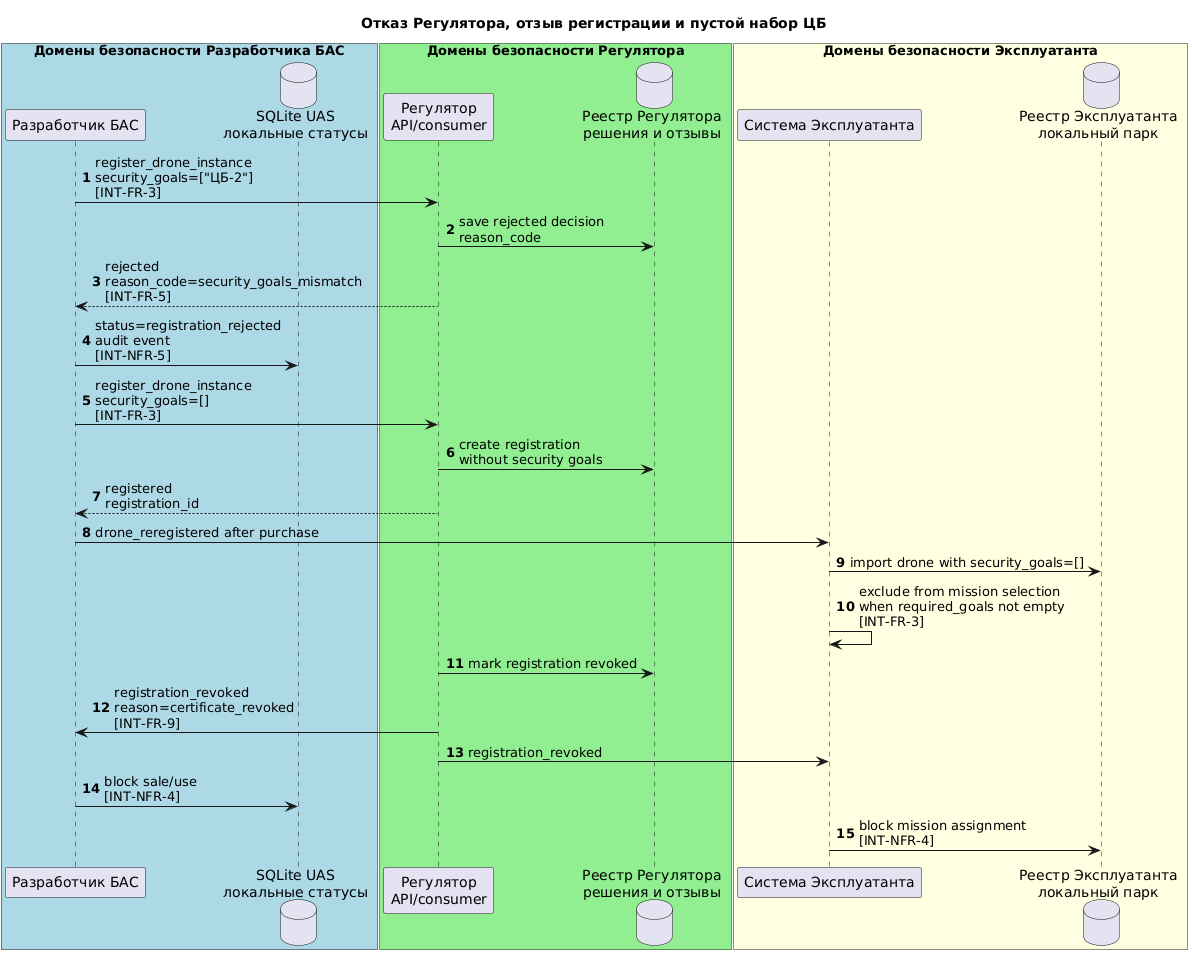
Above: systems/uas_dev_company/docs/diagrams/integration_rejection_revocation_goals.png in sergeysobolev-spbu/sbd-drones-economics (PlantUML), before the change.
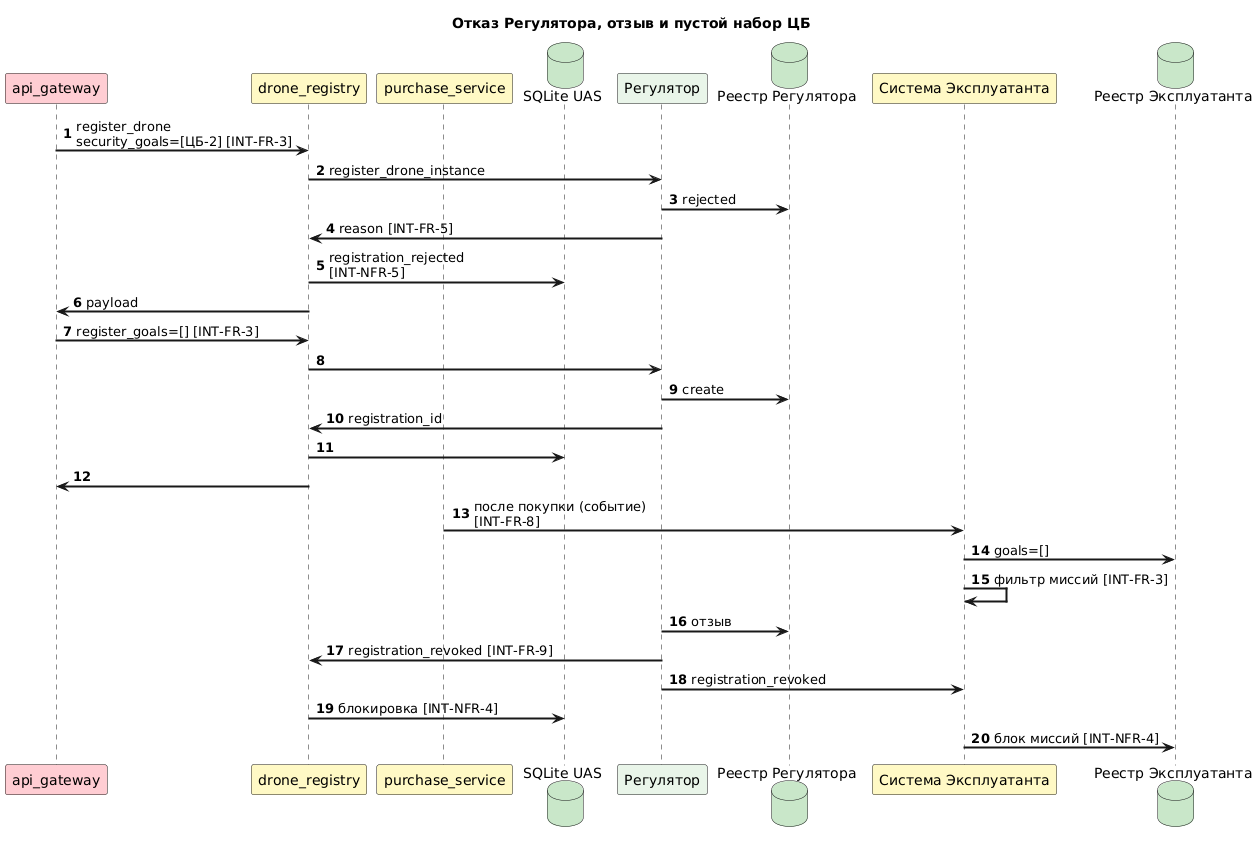
After the change.

What changed in the source:
```diff
@@ -1,37 +1,39 @@
 @startuml integration_rejection_revocation_goals
-title Отказ Регулятора, отзыв регистрации и пустой набор ЦБ
+title Отказ Регулятора, отзыв и пустой набор ЦБ
+
+skinparam ArrowThickness 2
 
 autonumber
-box "Домены безопасности Разработчика БАС" #LightBlue
-    participant "Разработчик БАС" as UAS
-    database "SQLite UAS\nлокальные статусы" as UASDB
-end box
+participant "api_gateway" as GW #FFCDD2
+participant "drone_registry" as DR #FFF9C4
+participant "purchase_service" as PS #FFF9C4
+database "SQLite UAS" as UASDB #C8E6C9
+participant "Регулятор" as REG #E8F5E9
+database "Реестр Регулятора" as REGDB #C8E6C9
+participant "Система Эксплуатанта" as OPS #FFF9C4
+database "Реестр Эксплуатанта" as ODB #C8E6C9
 
-box "Домены безопасности Регулятора" #LightGreen
-    participant "Регулятор\nAPI/consumer" as REG
-    database "Реестр Регулятора\nрешения и отзывы" as REGDB
-end box
+GW -> DR : register_drone\nsecurity_goals=[ЦБ-2] [INT-FR-3]
+DR -> REG : register_drone_instance
+REG -> REGDB : rejected
+REG -> DR : reason [INT-FR-5]
+DR -> UASDB : registration_rejected\n[INT-NFR-5]
+DR -> GW : payload
 
-box "Домены безопасности Эксплуатанта" #LightYellow
-    participant "Система Эксплуатанта" as OPS
-    database "Реестр Эксплуатанта\nлокальный парк" as ODB
-end box
+GW -> DR : register_goals=[] [INT-FR-3]
+DR -> REG
+REG -> REGDB : create
+REG -> DR : registration_id
+DR -> UASDB
+DR -> GW
 
-UAS -> REG : register_drone_instance\nsecurity_goals=["ЦБ-2"]\n[INT-FR-3]
-REG -> REGDB : save rejected decision\nreason_code
-REG --> UAS : rejected\nreason_code=security_goals_mismatch\n[INT-FR-5]
-UAS -> UASDB : status=registration_rejected\naudit event\n[INT-NFR-5]
+PS -> OPS : после покупки (событие)\n[INT-FR-8]
+OPS -> ODB : goals=[]
+OPS -> OPS : фильтр миссий [INT-FR-3]
 
-UAS -> REG : register_drone_instance\nsecurity_goals=[]\n[INT-FR-3]
-REG -> REGDB : create registration\nwithout security goals
-REG --> UAS : registered\nregistration_id
-UAS -> OPS : drone_reregistered after purchase
-OPS -> ODB : import drone with security_goals=[]
-OPS -> OPS : exclude from mission selection\nwhen required_goals not empty\n[INT-FR-3]
-
-REG -> REGDB : mark registration revoked
-REG -> UAS : registration_revoked\nreason=certificate_revoked\n[INT-FR-9]
+REG -> REGDB : отзыв
+REG -> DR : registration_revoked [INT-FR-9]
 REG -> OPS : registration_revoked
-UAS -> UASDB : block sale/use\n[INT-NFR-4]
-OPS -> ODB : block mission assignment\n[INT-NFR-4]
+DR -> UASDB : блокировка [INT-NFR-4]
+OPS -> ODB : блок миссий [INT-NFR-4]
 @enduml
```
